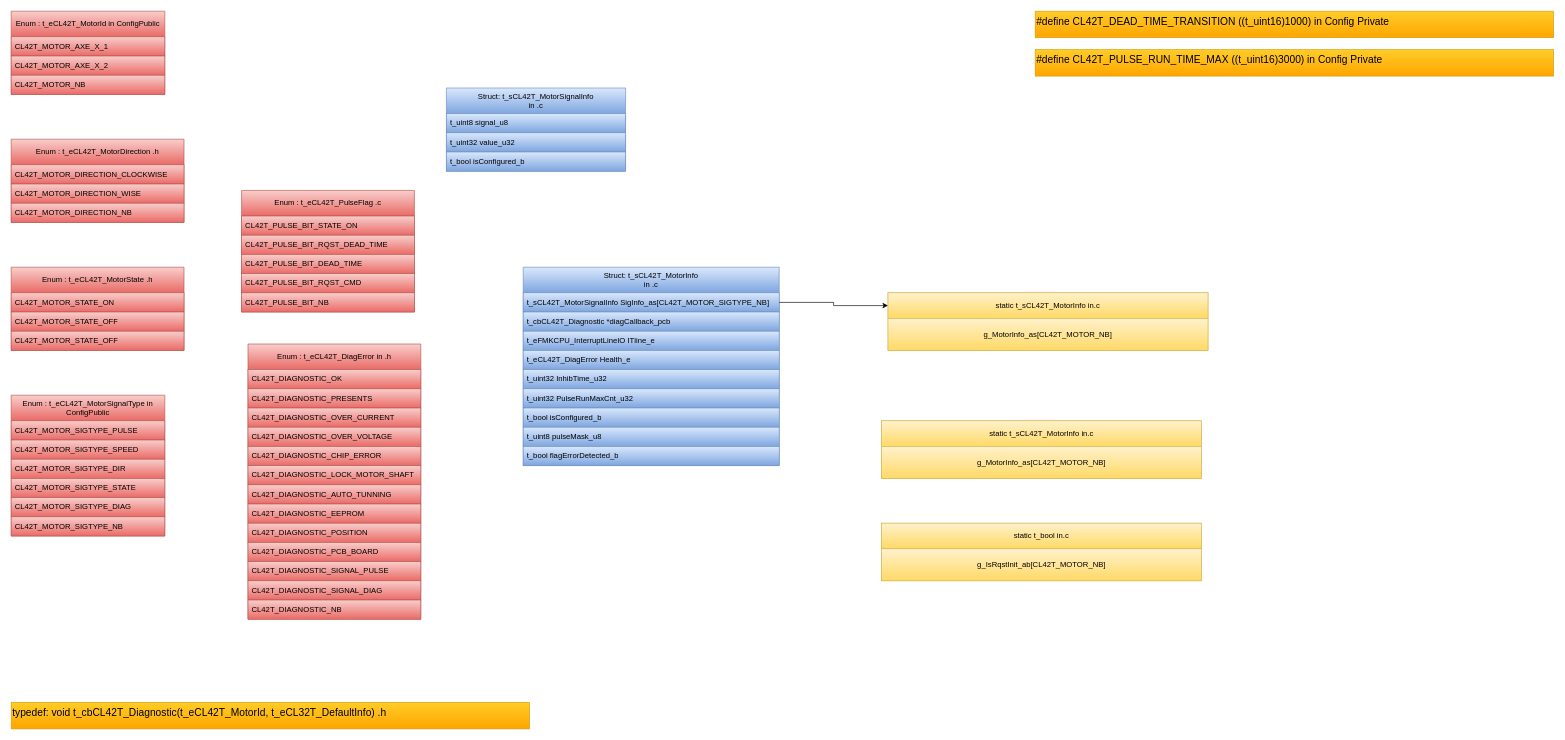
Before: page "Type" (1 of 21) of src/2_DRV/Motor/CL42T/Doc/Design/CL42T_Architecture.drawio in mbarbeau0545/PickersRobotPOC, a draw.io diagram. Source tidied: cells renumbered, new cells numbered last; positions are measured from the earlier drawing's top-left corner, leaving out a move shared by most shapes. Both pictures are drawn from the tidied source at 64%, with x=0, y=0 at pixel (11, 11).
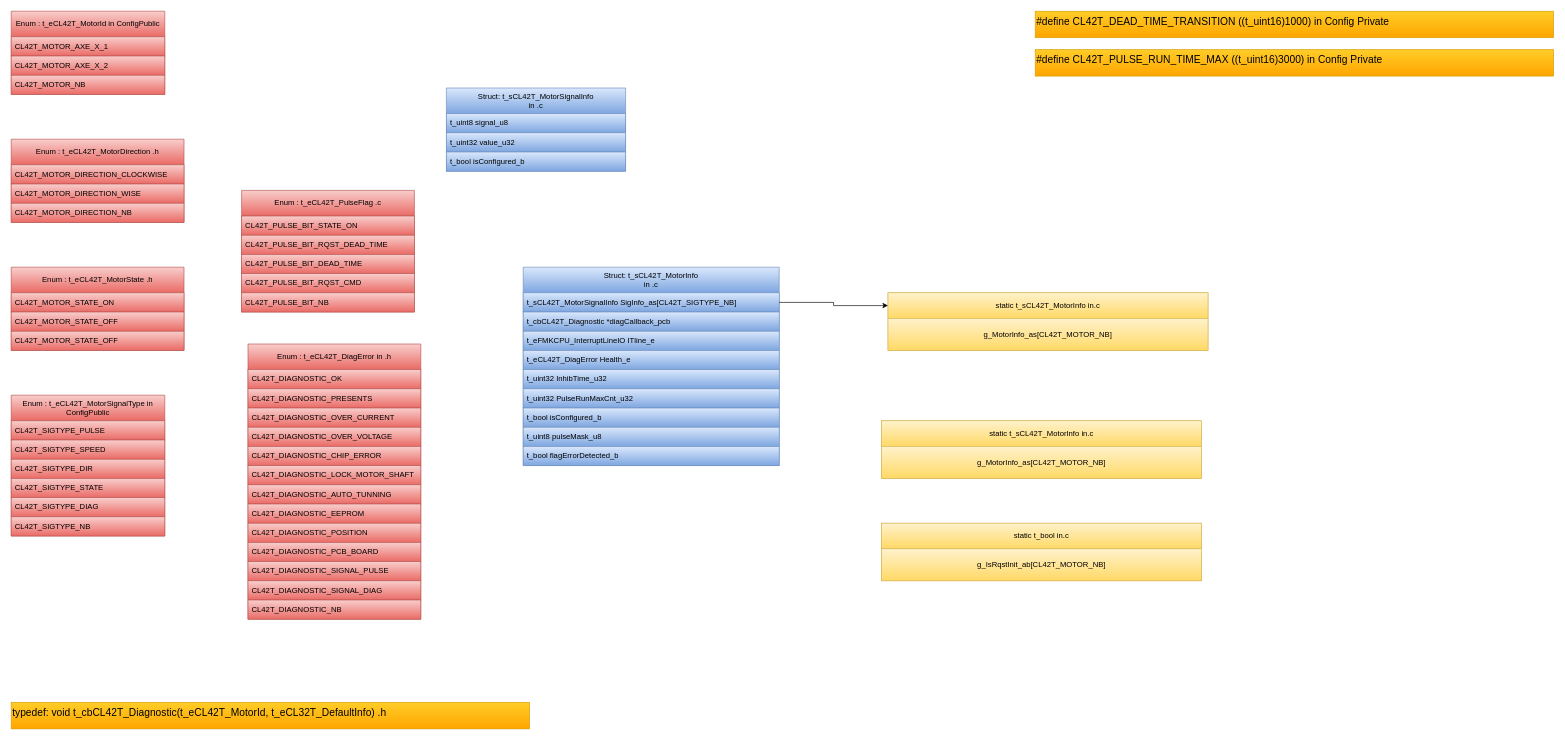
The same diagram, later.

Unchanged cells that the change refers to:
```xml
<mxCell id="18" value="Enum : t_eCL42T_MotorSignalType in ConfigPublic" style="swimlane;fontStyle=0;horizontal=1;startSize=40;whiteSpace=wrap;html=1;fillColor=#f8cecc;gradientColor=#ea6b66;strokeColor=#b85450;fontColor=#000000;" parent="1" vertex="1">
  <mxGeometry y="600" width="240" height="220" as="geometry" />
</mxCell>
<mxCell id="40" value="Struct: t_sCL42T_MotorInfo&lt;div&gt;in .c&lt;/div&gt;" style="swimlane;fontStyle=0;horizontal=1;startSize=40;whiteSpace=wrap;html=1;fillColor=#dae8fc;gradientColor=#7ea6e0;strokeColor=#6c8ebf;fontColor=#000000;" parent="1" vertex="1">
  <mxGeometry x="800" y="400" width="400" height="310" as="geometry" />
</mxCell>
```

Change to the diagram source:
```diff
@@
-    <mxCell id="19" value="CL42T_MOTOR_SIGTYPE_PULSE" style="text;strokeColor=#b85450;fillColor=#f8cecc;align=left;verticalAlign=middle;spacingLeft=4;spacingRight=4;overflow=hidden;whiteSpace=wrap;html=1;gradientColor=#ea6b66;fontColor=#000000;" parent="18" vertex="1">
+    <mxCell id="19" value="CL42T_SIGTYPE_PULSE" style="text;strokeColor=#b85450;fillColor=#f8cecc;align=left;verticalAlign=middle;spacingLeft=4;spacingRight=4;overflow=hidden;whiteSpace=wrap;html=1;gradientColor=#ea6b66;fontColor=#000000;" parent="18" vertex="1">
       <mxGeometry y="40" width="240" height="30" as="geometry" />
     </mxCell>
-    <mxCell id="20" value="CL42T_MOTOR_SIGTYPE_SPEED" style="text;strokeColor=#b85450;fillColor=#f8cecc;align=left;verticalAlign=middle;spacingLeft=4;spacingRight=4;overflow=hidden;whiteSpace=wrap;html=1;gradientColor=#ea6b66;fontColor=#000000;" parent="18" vertex="1">
+    <mxCell id="20" value="CL42T_SIGTYPE_SPEED" style="text;strokeColor=#b85450;fillColor=#f8cecc;align=left;verticalAlign=middle;spacingLeft=4;spacingRight=4;overflow=hidden;whiteSpace=wrap;html=1;gradientColor=#ea6b66;fontColor=#000000;" parent="18" vertex="1">
       <mxGeometry y="70" width="240" height="30" as="geometry" />
     </mxCell>
-    <mxCell id="21" value="CL42T_MOTOR_SIGTYPE_DIR" style="text;strokeColor=#b85450;fillColor=#f8cecc;align=left;verticalAlign=middle;spacingLeft=4;spacingRight=4;overflow=hidden;whiteSpace=wrap;html=1;gradientColor=#ea6b66;fontColor=#000000;" parent="18" vertex="1">
+    <mxCell id="21" value="CL42T_SIGTYPE_DIR" style="text;strokeColor=#b85450;fillColor=#f8cecc;align=left;verticalAlign=middle;spacingLeft=4;spacingRight=4;overflow=hidden;whiteSpace=wrap;html=1;gradientColor=#ea6b66;fontColor=#000000;" parent="18" vertex="1">
       <mxGeometry y="100" width="240" height="30" as="geometry" />
     </mxCell>
-    <mxCell id="22" value="CL42T_MOTOR_SIGTYPE_STATE" style="text;strokeColor=#b85450;fillColor=#f8cecc;align=left;verticalAlign=middle;spacingLeft=4;spacingRight=4;overflow=hidden;whiteSpace=wrap;html=1;gradientColor=#ea6b66;fontColor=#000000;" parent="18" vertex="1">
+    <mxCell id="22" value="CL42T_SIGTYPE_STATE" style="text;strokeColor=#b85450;fillColor=#f8cecc;align=left;verticalAlign=middle;spacingLeft=4;spacingRight=4;overflow=hidden;whiteSpace=wrap;html=1;gradientColor=#ea6b66;fontColor=#000000;" parent="18" vertex="1">
       <mxGeometry y="130" width="240" height="30" as="geometry" />
     </mxCell>
-    <mxCell id="23" value="CL42T_MOTOR_SIGTYPE_DIAG" style="text;strokeColor=#b85450;fillColor=#f8cecc;align=left;verticalAlign=middle;spacingLeft=4;spacingRight=4;overflow=hidden;whiteSpace=wrap;html=1;gradientColor=#ea6b66;fontColor=#000000;" parent="18" vertex="1">
+    <mxCell id="23" value="CL42T_SIGTYPE_DIAG" style="text;strokeColor=#b85450;fillColor=#f8cecc;align=left;verticalAlign=middle;spacingLeft=4;spacingRight=4;overflow=hidden;whiteSpace=wrap;html=1;gradientColor=#ea6b66;fontColor=#000000;" parent="18" vertex="1">
       <mxGeometry y="160" width="240" height="30" as="geometry" />
     </mxCell>
-    <mxCell id="24" value="CL42T_MOTOR_SIGTYPE_NB" style="text;strokeColor=#b85450;fillColor=#f8cecc;align=left;verticalAlign=middle;spacingLeft=4;spacingRight=4;overflow=hidden;whiteSpace=wrap;html=1;gradientColor=#ea6b66;fontColor=#000000;" parent="18" vertex="1">
+    <mxCell id="24" value="CL42T_SIGTYPE_NB" style="text;strokeColor=#b85450;fillColor=#f8cecc;align=left;verticalAlign=middle;spacingLeft=4;spacingRight=4;overflow=hidden;whiteSpace=wrap;html=1;gradientColor=#ea6b66;fontColor=#000000;" parent="18" vertex="1">
       <mxGeometry y="190" width="240" height="30" as="geometry" />
     </mxCell>
@@
-    <mxCell id="41" value="&lt;span style=&quot;text-align: center;&quot;&gt;t_sCL42T_MotorSignalInfo&lt;/span&gt;&lt;span style=&quot;text-align: center;&quot;&gt;&amp;nbsp;SigInfo_as[&lt;/span&gt;CL42T_MOTOR_SIGTYPE_NB&lt;span style=&quot;text-align: center;&quot;&gt;]&lt;/span&gt;" style="text;strokeColor=#6c8ebf;fillColor=#dae8fc;align=left;verticalAlign=middle;spacingLeft=4;spacingRight=4;overflow=hidden;points=[[0,0.5],[1,0.5]];portConstraint=eastwest;whiteSpace=wrap;html=1;gradientColor=#7ea6e0;fontColor=#000000;" parent="40" vertex="1">
+    <mxCell id="41" value="&lt;span style=&quot;text-align: center;&quot;&gt;t_sCL42T_MotorSignalInfo&lt;/span&gt;&lt;span style=&quot;text-align: center;&quot;&gt;&amp;nbsp;SigInfo_as[&lt;/span&gt;CL42T_SIGTYPE_NB&lt;span style=&quot;text-align: center;&quot;&gt;]&lt;/span&gt;" style="text;strokeColor=#6c8ebf;fillColor=#dae8fc;align=left;verticalAlign=middle;spacingLeft=4;spacingRight=4;overflow=hidden;points=[[0,0.5],[1,0.5]];portConstraint=eastwest;whiteSpace=wrap;html=1;gradientColor=#7ea6e0;fontColor=#000000;" parent="40" vertex="1">
       <mxGeometry y="40" width="400" height="30" as="geometry" />
     </mxCell>
```
